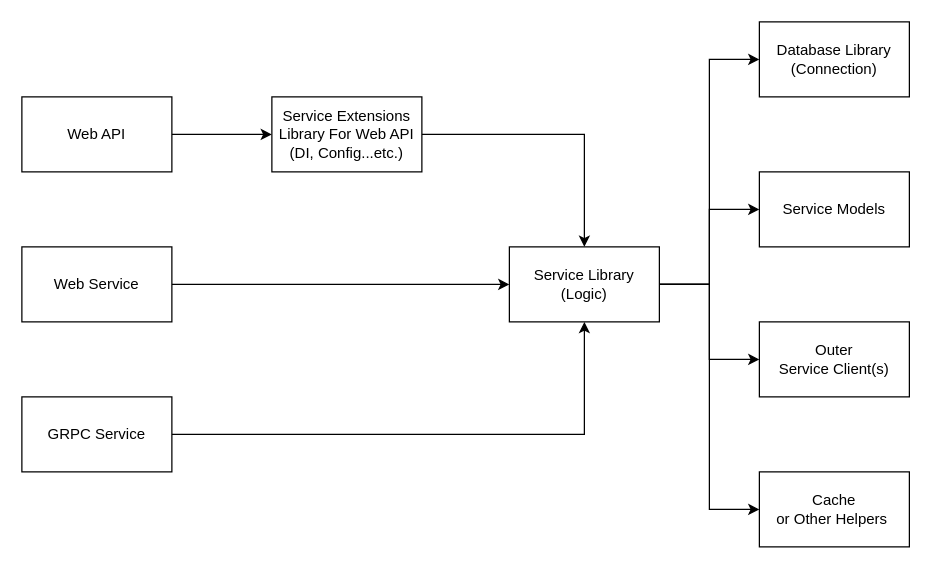
davidyujia/davidyujia.github.io keeps this draw.io diagram as _others/2021-08-10-names-projects/architecture.drawio. Above is the earlier version. Source tidied: cells renumbered, new cells numbered last; positions are measured from the earlier drawing's top-left corner, leaving out a move shared by most shapes. Both pictures are drawn from the tidied source at 125%, with x=0, y=0 at pixel (21, 21).
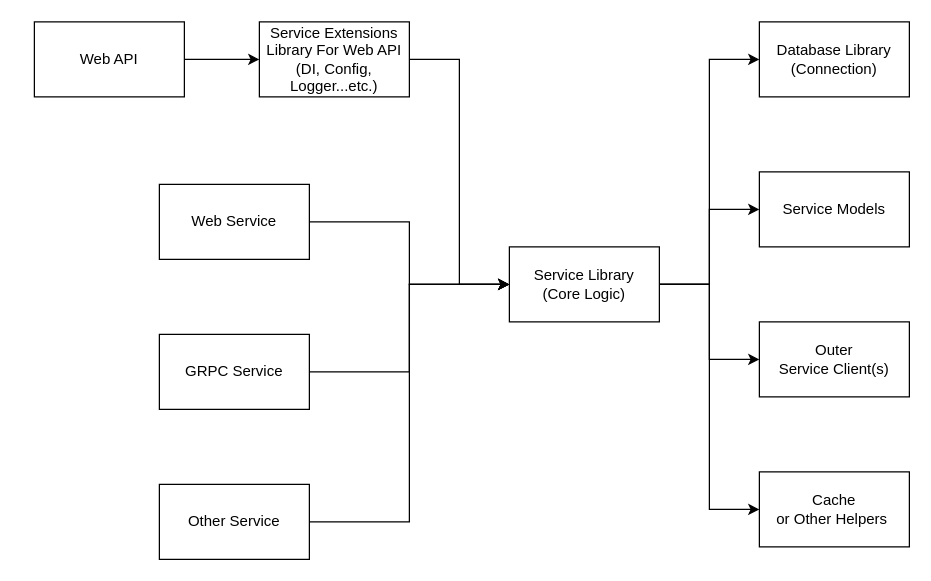
The same page after the edit.

Change to the diagram source:
```diff
@@
     <mxCell id="3" value="Web API" style="rounded=0;whiteSpace=wrap;html=1;" parent="1" vertex="1">
-      <mxGeometry y="60" width="120" height="60" as="geometry" />
+      <mxGeometry x="10" width="120" height="60" as="geometry" />
     </mxCell>
@@
     <mxCell id="5" value="Web Service" style="rounded=0;whiteSpace=wrap;html=1;" parent="1" vertex="1">
-      <mxGeometry y="180" width="120" height="60" as="geometry" />
+      <mxGeometry x="110" y="130" width="120" height="60" as="geometry" />
     </mxCell>
-    <mxCell id="6" style="edgeStyle=orthogonalEdgeStyle;rounded=0;jettySize=auto;html=1;entryX=0.5;entryY=1;entryDx=0;entryDy=0;" parent="1" edge="1" source="7" target="12">
+    <mxCell id="6" style="edgeStyle=orthogonalEdgeStyle;rounded=0;jettySize=auto;html=1;entryX=0;entryY=0.5;entryDx=0;entryDy=0;" parent="1" edge="1" source="7" target="12">
       <mxGeometry relative="1" as="geometry" />
     </mxCell>
     <mxCell id="7" value="GRPC Service" style="rounded=0;whiteSpace=wrap;html=1;" parent="1" vertex="1">
-      <mxGeometry y="300" width="120" height="60" as="geometry" />
+      <mxGeometry x="110" y="250" width="120" height="60" as="geometry" />
     </mxCell>
@@
-    <mxCell id="12" value="Service Library&lt;br&gt;(Logic)" style="rounded=0;whiteSpace=wrap;html=1;" parent="1" vertex="1">
+    <mxCell id="12" value="Service Library&lt;br&gt;(Core Logic)" style="rounded=0;whiteSpace=wrap;html=1;" parent="1" vertex="1">
       <mxGeometry x="390" y="180" width="120" height="60" as="geometry" />
     </mxCell>
@@
-    <mxCell id="17" style="edgeStyle=orthogonalEdgeStyle;rounded=0;jettySize=auto;html=1;entryX=0.5;entryY=0;entryDx=0;entryDy=0;" parent="1" edge="1" source="18" target="12">
-      <mxGeometry relative="1" as="geometry" />
+    <mxCell id="17" style="edgeStyle=orthogonalEdgeStyle;rounded=0;jettySize=auto;html=1;entryX=0;entryY=0.5;entryDx=0;entryDy=0;" parent="1" edge="1" source="18" target="12">
+      <mxGeometry relative="1" as="geometry">
+        <Array as="points">
+          <mxPoint x="350" y="30" />
+          <mxPoint x="350" y="210" />
+        </Array>
+      </mxGeometry>
     </mxCell>
-    <mxCell id="18" value="&lt;span&gt;Service Extensions&lt;br&gt;Library For Web API&lt;br&gt;(DI, Config...etc.)&lt;br&gt;&lt;/span&gt;" style="rounded=0;whiteSpace=wrap;html=1;" parent="1" vertex="1">
-      <mxGeometry x="200" y="60" width="120" height="60" as="geometry" />
+    <mxCell id="18" value="&lt;span&gt;Service Extensions&lt;br&gt;Library For Web API&lt;br&gt;(DI, Config, Logger...etc.)&lt;br&gt;&lt;/span&gt;" style="rounded=0;whiteSpace=wrap;html=1;" parent="1" vertex="1">
+      <mxGeometry x="190" width="120" height="60" as="geometry" />
     </mxCell>
+    <mxCell id="19" style="edgeStyle=orthogonalEdgeStyle;rounded=0;jettySize=auto;html=1;entryX=0;entryY=0.5;entryDx=0;entryDy=0;" parent="1" edge="1" source="20" target="12">
+      <mxGeometry relative="1" as="geometry" />
+    </mxCell>
+    <mxCell id="20" value="Other Service" style="rounded=0;whiteSpace=wrap;html=1;" parent="1" vertex="1">
+      <mxGeometry x="110" y="370" width="120" height="60" as="geometry" />
+    </mxCell>
```
